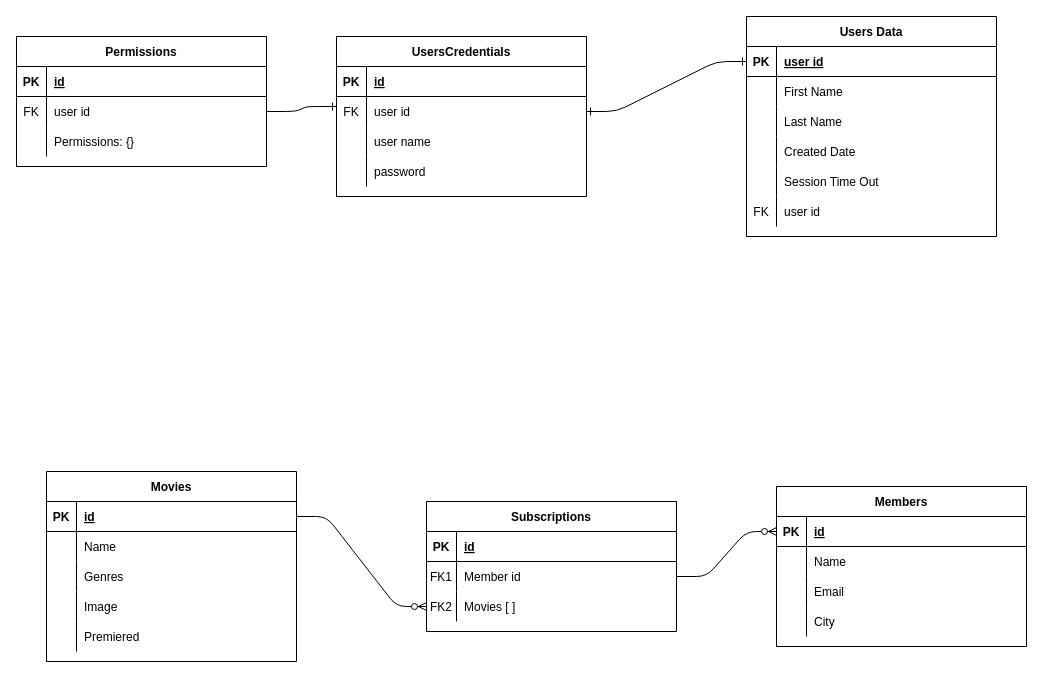
This is page "Overall BD" (1 of 2) of Docs/node-final.drawio from natank/diagrams, a draw.io file, before an edit. Source tidied: cells renumbered, new cells numbered last; positions are measured from the earlier drawing's top-left corner, leaving out a move shared by most shapes. Both pictures are drawn from the tidied source at 100%, with x=0, y=0 at pixel (16, 16).
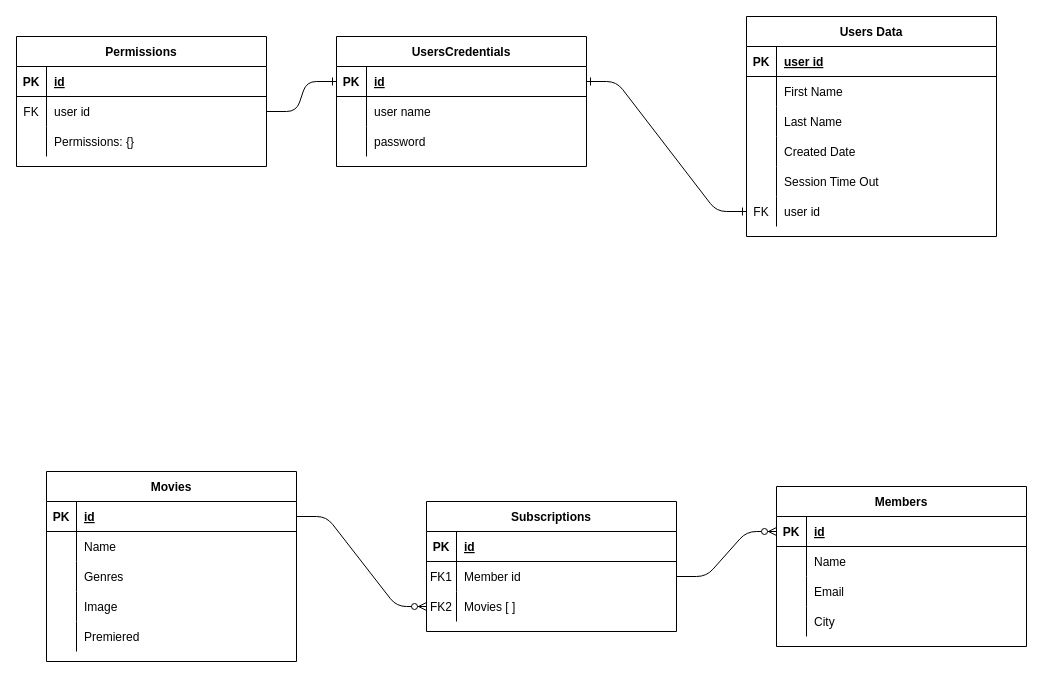
The same page after the edit.

Unchanged cells that the change refers to:
```xml
<mxCell id="4" style="shape=partialRectangle;fillColor=none;points=[[0,0.5],[1,0.5]];portConstraint=eastwest;top=0;left=0;right=0;bottom=1;" parent="3" vertex="1">
  <mxGeometry y="30" width="250" height="30" as="geometry" />
</mxCell>
<mxCell id="27" style="shape=partialRectangle;fillColor=none;points=[[0,0.5],[1,0.5]];portConstraint=eastwest;top=0;left=0;right=0;bottom=1;" parent="26" vertex="1">
  <mxGeometry y="30" width="250" height="30" as="geometry" />
</mxCell>
<mxCell id="42" style="shape=partialRectangle;fillColor=none;points=[[0,0.5],[1,0.5]];portConstraint=eastwest;top=0;left=0;right=0;bottom=0;" parent="26" vertex="1">
  <mxGeometry y="180" width="250" height="30" as="geometry" />
</mxCell>
<mxCell id="49" style="shape=partialRectangle;fillColor=none;points=[[0,0.5],[1,0.5]];portConstraint=eastwest;top=0;left=0;right=0;bottom=0;" parent="45" vertex="1">
  <mxGeometry y="60" width="250" height="30" as="geometry" />
</mxCell>
```

Diff of the diagram source:
```diff
@@
-    <mxCell id="2" style="edgeStyle=entityRelationEdgeStyle;endArrow=ERone;startArrow=ERone;endFill=0;startFill=0;" parent="1" edge="1" source="27" target="7">
+    <mxCell id="2" style="edgeStyle=entityRelationEdgeStyle;endArrow=ERone;startArrow=ERone;endFill=0;startFill=0;entryX=1;entryY=0.5;entryDx=0;entryDy=0;" parent="1" edge="1" source="42" target="4">
       <mxGeometry relative="1" as="geometry" />
     </mxCell>
     <mxCell id="3" value="UsersCredentials" style="shape=table;startSize=30;childLayout=tableLayout;rowLines=0;fontStyle=1;align=center;" parent="1" vertex="1">
-      <mxGeometry x="320" y="20" width="250" height="160" as="geometry" />
+      <mxGeometry x="320" y="20" width="250" height="130" as="geometry" />
     </mxCell>
@@
-    <mxCell id="7" style="shape=partialRectangle;fillColor=none;points=[[0,0.5],[1,0.5]];portConstraint=eastwest;top=0;left=0;right=0;bottom=0;" parent="3" vertex="1">
-      <mxGeometry y="60" width="250" height="30" as="geometry" />
-    </mxCell>
-    <mxCell id="8" value="FK" style="shape=partialRectangle;overflow=hidden;fillColor=none;top=0;left=0;bottom=0;right=0;" parent="7" vertex="1">
-      <mxGeometry width="30" height="30" as="geometry" />
-    </mxCell>
-    <mxCell id="9" value="user id" style="shape=partialRectangle;overflow=hidden;fillColor=none;top=0;left=0;bottom=0;right=0;align=left;spacingLeft=6;" parent="7" vertex="1">
-      <mxGeometry x="30" width="220" height="30" as="geometry" />
-    </mxCell>
     <mxCell id="10" style="shape=partialRectangle;fillColor=none;top=0;left=0;right=0;bottom=0;" parent="3" vertex="1">
-      <mxGeometry y="90" width="250" height="30" as="geometry" />
+      <mxGeometry y="60" width="250" height="30" as="geometry" />
     </mxCell>
@@
     <mxCell id="13" style="shape=partialRectangle;fillColor=none;top=0;left=0;right=0;bottom=0;" parent="3" vertex="1">
-      <mxGeometry y="120" width="250" height="30" as="geometry" />
+      <mxGeometry y="90" width="250" height="30" as="geometry" />
     </mxCell>
@@
-    <mxCell id="55" style="edgeStyle=entityRelationEdgeStyle;fontSize=12;html=1;endArrow=ERone;endFill=1;" parent="1" edge="1" source="49">
-      <mxGeometry relative="1" as="geometry">
-        <mxPoint x="320" y="90" as="targetPoint" />
-      </mxGeometry>
+    <mxCell id="55" style="edgeStyle=entityRelationEdgeStyle;fontSize=12;html=1;endArrow=ERone;endFill=1;entryX=0;entryY=0.5;entryDx=0;entryDy=0;" parent="1" edge="1" source="49" target="4">
+      <mxGeometry relative="1" as="geometry" />
     </mxCell>
```
